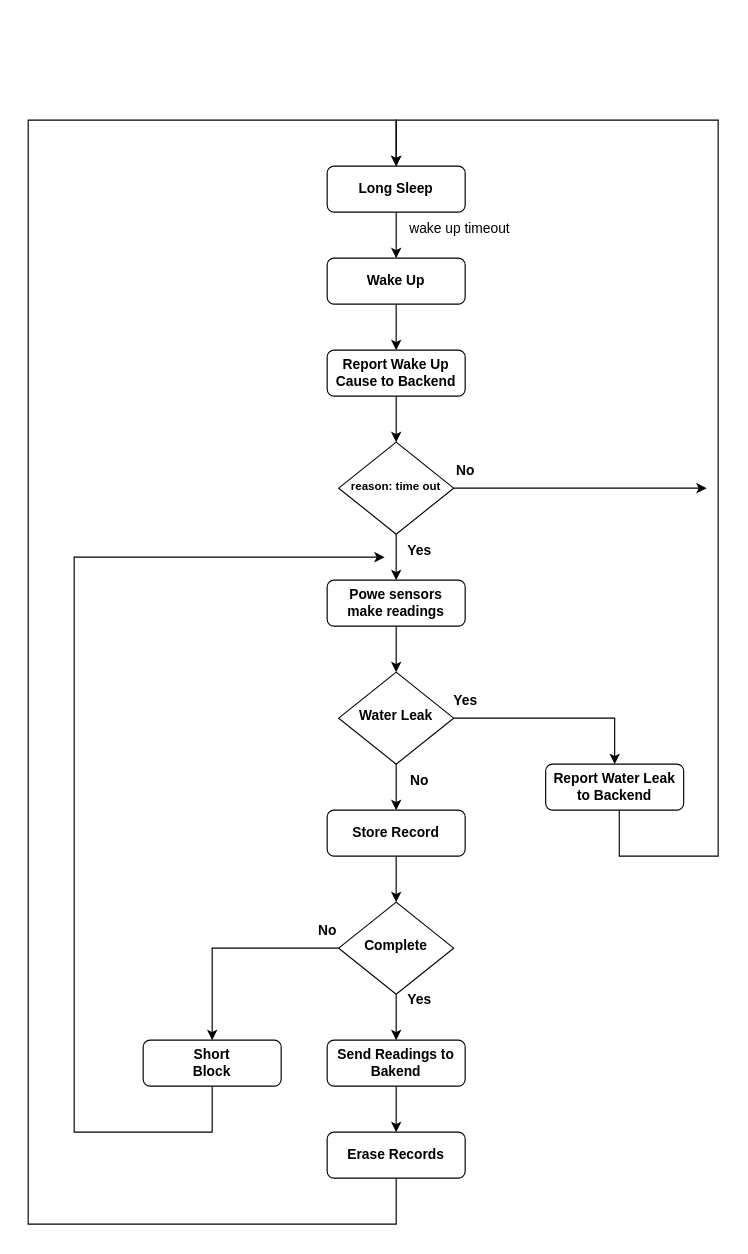
The draw.io diagram Documentation/Diagrams/MCU Flux Diagram.drawio in MiguelRocha2001/PS-Monitor-IoT-System, before the edit. Source tidied: cells renumbered, new cells numbered last; positions are measured from the earlier drawing's top-left corner, leaving out a move shared by most shapes. Both pictures are drawn from the tidied source at 115%, with x=0, y=0 at pixel (28, 120).
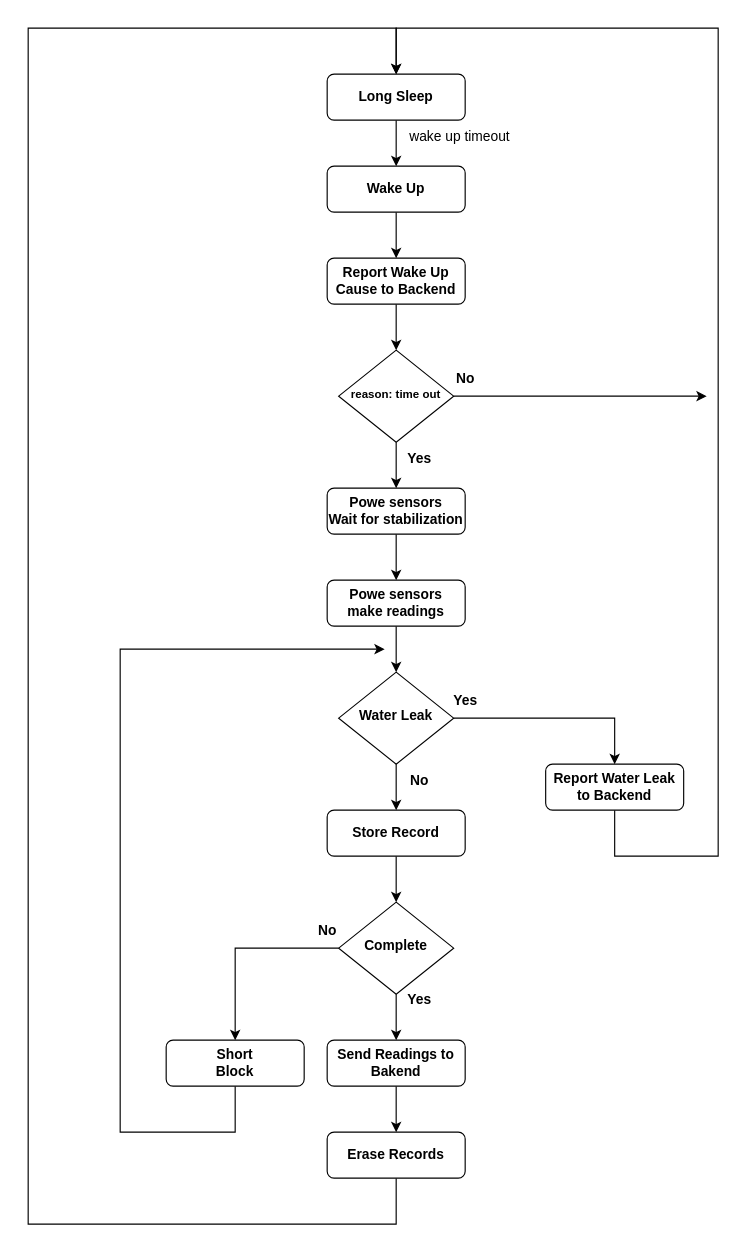
The same page after the edit.

The change refers to these unchanged cells:
```xml
<mxCell id="22" value="Water Leak" style="rhombus;whiteSpace=wrap;html=1;shadow=0;fontFamily=Helvetica;fontSize=12;align=center;strokeWidth=1;spacing=6;spacingTop=-4;fontStyle=1;" parent="1" vertex="1">
  <mxGeometry x="270" y="480" width="100" height="80" as="geometry" />
</mxCell>
<mxCell id="24" value="Report Water Leak to Backend" style="rounded=1;whiteSpace=wrap;html=1;fontSize=12;glass=0;strokeWidth=1;shadow=0;fontStyle=1;" parent="1" vertex="1">
  <mxGeometry x="450" y="560" width="120" height="40" as="geometry" />
</mxCell>
<mxCell id="30" value="Erase Records" style="rounded=1;whiteSpace=wrap;html=1;fontSize=12;glass=0;strokeWidth=1;shadow=0;fontStyle=1;" parent="1" vertex="1">
  <mxGeometry x="260" y="880" width="120" height="40" as="geometry" />
</mxCell>
```

Change to the diagram source:
```diff
@@
     <mxCell id="3" value="Wake Up" style="rounded=1;whiteSpace=wrap;html=1;fontSize=12;glass=0;strokeWidth=1;shadow=0;fontStyle=1;" parent="1" vertex="1">
-      <mxGeometry x="260" y="120" width="120" height="40" as="geometry" />
+      <mxGeometry x="260" y="40" width="120" height="40" as="geometry" />
     </mxCell>
-    <mxCell id="4" style="edgeStyle=orthogonalEdgeStyle;rounded=0;jettySize=auto;html=1;" parent="1" edge="1" source="5" target="22">
-      <mxGeometry relative="1" as="geometry" />
-    </mxCell>
+    <mxCell id="36" style="edgeStyle=orthogonalEdgeStyle;rounded=0;jettySize=auto;html=1;" parent="1" edge="1" source="5" target="38">
+      <mxGeometry relative="1" as="geometry" />
+    </mxCell>
-    <mxCell id="5" value="Powe sensors&lt;br&gt;make readings" style="rounded=1;whiteSpace=wrap;html=1;fontSize=12;glass=0;strokeWidth=1;shadow=0;fontStyle=1;" parent="1" vertex="1">
-      <mxGeometry x="260" y="400" width="120" height="40" as="geometry" />
+    <mxCell id="5" value="Powe sensors&lt;br&gt;Wait for stabilization" style="rounded=1;whiteSpace=wrap;html=1;fontSize=12;glass=0;strokeWidth=1;shadow=0;fontStyle=1;" parent="1" vertex="1">
+      <mxGeometry x="260" y="320" width="120" height="40" as="geometry" />
     </mxCell>
@@
     <mxCell id="7" value="Long Sleep" style="rounded=1;whiteSpace=wrap;html=1;fontSize=12;glass=0;strokeWidth=1;shadow=0;fontStyle=1;" parent="1" vertex="1">
-      <mxGeometry x="260" y="40" width="120" height="40" as="geometry" />
+      <mxGeometry x="260" y="-40" width="120" height="40" as="geometry" />
     </mxCell>
     <mxCell id="8" style="edgeStyle=orthogonalEdgeStyle;rounded=0;jettySize=auto;html=1;exitX=0.5;exitY=1;exitDx=0;exitDy=0;entryX=0.5;entryY=0;entryDx=0;entryDy=0;fontStyle=1;" parent="1" edge="1" source="30" target="7">
       <mxGeometry relative="1" as="geometry">
         <Array as="points">
           <mxPoint x="320" y="960" />
           <mxPoint y="960" />
-          <mxPoint />
-          <mxPoint x="320" />
+          <mxPoint y="-80" />
+          <mxPoint x="320" y="-80" />
         </Array>
       </mxGeometry>
     </mxCell>
@@
     <mxCell id="19" value="Report Wake Up Cause to Backend" style="rounded=1;whiteSpace=wrap;html=1;fontSize=12;glass=0;strokeWidth=1;shadow=0;fontStyle=1;" parent="1" vertex="1">
-      <mxGeometry x="260" y="200" width="120" height="40" as="geometry" />
+      <mxGeometry x="260" y="120" width="120" height="40" as="geometry" />
     </mxCell>
@@
     <mxCell id="23" style="edgeStyle=orthogonalEdgeStyle;rounded=0;jettySize=auto;html=1;entryX=0.5;entryY=0;entryDx=0;entryDy=0;" parent="1" edge="1" source="24" target="7">
       <mxGeometry relative="1" as="geometry">
         <Array as="points">
-          <mxPoint x="514" y="640" />
+          <mxPoint x="510" y="640" />
           <mxPoint x="600" y="640" />
-          <mxPoint x="600" />
-          <mxPoint x="320" />
+          <mxPoint x="600" y="-80" />
+          <mxPoint x="320" y="-80" />
         </Array>
       </mxGeometry>
     </mxCell>
@@
     <mxCell id="25" style="edgeStyle=orthogonalEdgeStyle;rounded=0;jettySize=auto;html=1;fontStyle=1;" parent="1" edge="1" source="27">
       <mxGeometry relative="1" as="geometry">
-        <mxPoint x="590" y="320" as="targetPoint" />
+        <mxPoint x="590" y="240" as="targetPoint" />
       </mxGeometry>
     </mxCell>
@@
     <mxCell id="27" value="&lt;font style=&quot;font-size: 10px;&quot;&gt;reason: time out&lt;/font&gt;" style="rhombus;whiteSpace=wrap;html=1;shadow=0;fontFamily=Helvetica;fontSize=12;align=center;strokeWidth=1;spacing=6;spacingTop=-4;fontStyle=1;" parent="1" vertex="1">
-      <mxGeometry x="270" y="280" width="100" height="80" as="geometry" />
+      <mxGeometry x="270" y="200" width="100" height="80" as="geometry" />
     </mxCell>
     <mxCell id="28" value="No" style="text;html=1;align=center;verticalAlign=middle;strokeColor=none;fillColor=none;fontStyle=1;" parent="1" vertex="1">
-      <mxGeometry x="360" y="290" width="40" height="30" as="geometry" />
+      <mxGeometry x="360" y="210" width="40" height="30" as="geometry" />
     </mxCell>
     <mxCell id="29" value="Yes" style="text;html=1;align=center;verticalAlign=middle;strokeColor=none;fillColor=none;fontStyle=1;" parent="1" vertex="1">
-      <mxGeometry x="320" y="360" width="40" height="30" as="geometry" />
+      <mxGeometry x="320" y="280" width="40" height="30" as="geometry" />
     </mxCell>
@@
     <mxCell id="33" style="edgeStyle=orthogonalEdgeStyle;rounded=0;jettySize=auto;html=1;exitX=0.5;exitY=1;exitDx=0;exitDy=0;" parent="1" edge="1" source="34">
       <mxGeometry relative="1" as="geometry">
-        <mxPoint x="310" y="380" as="targetPoint" />
+        <mxPoint x="310" y="460" as="targetPoint" />
         <Array as="points">
-          <mxPoint x="150" y="880" />
-          <mxPoint x="40" y="880" />
-          <mxPoint x="40" y="380" />
-          <mxPoint x="310" y="380" />
+          <mxPoint x="180" y="880" />
+          <mxPoint x="80" y="880" />
+          <mxPoint x="80" y="460" />
         </Array>
       </mxGeometry>
     </mxCell>
     <mxCell id="34" value="Short &lt;br&gt;Block" style="rounded=1;whiteSpace=wrap;html=1;fontSize=12;glass=0;strokeWidth=1;shadow=0;fontStyle=1;" parent="1" vertex="1">
-      <mxGeometry x="100" y="800" width="120" height="40" as="geometry" />
+      <mxGeometry x="120" y="800" width="120" height="40" as="geometry" />
     </mxCell>
     <mxCell id="35" value="wake up timeout" style="text;html=1;align=center;verticalAlign=middle;strokeColor=none;fillColor=none;" parent="1" vertex="1">
-      <mxGeometry x="320" y="80" width="110" height="30" as="geometry" />
+      <mxGeometry x="320" width="110" height="30" as="geometry" />
     </mxCell>
+    <mxCell id="37" style="edgeStyle=orthogonalEdgeStyle;rounded=0;jettySize=auto;html=1;entryX=0.5;entryY=0;entryDx=0;entryDy=0;" parent="1" edge="1" source="38" target="22">
+      <mxGeometry relative="1" as="geometry" />
+    </mxCell>
+    <mxCell id="38" value="Powe sensors&lt;br&gt;make readings" style="rounded=1;whiteSpace=wrap;html=1;fontSize=12;glass=0;strokeWidth=1;shadow=0;fontStyle=1;" parent="1" vertex="1">
+      <mxGeometry x="260" y="400" width="120" height="40" as="geometry" />
+    </mxCell>
```
